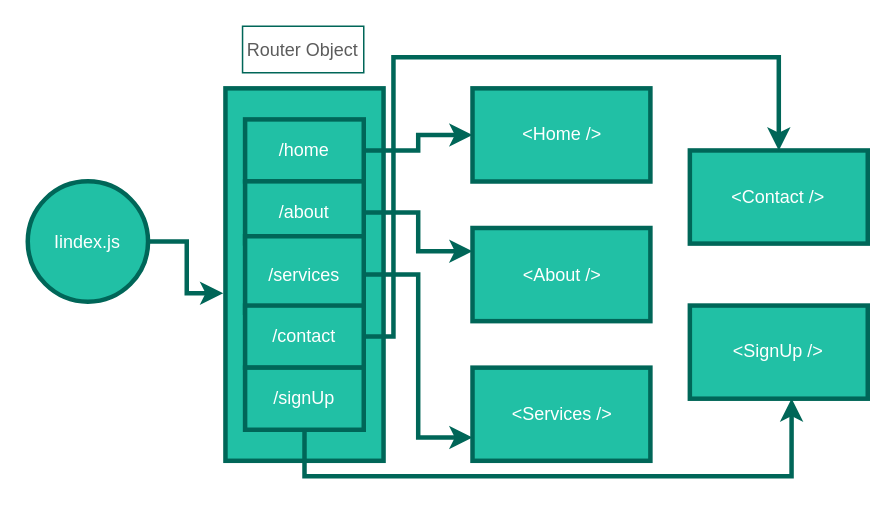
arsibux/react-app keeps this draw.io diagram as draw_io/router.drawio. Above is the earlier version. Source tidied: cells renumbered, new cells numbered last; positions are measured from the earlier drawing's top-left corner, leaving out a move shared by most shapes. Both pictures are drawn from the tidied source at 150%, with x=0, y=0 at pixel (27, 26).
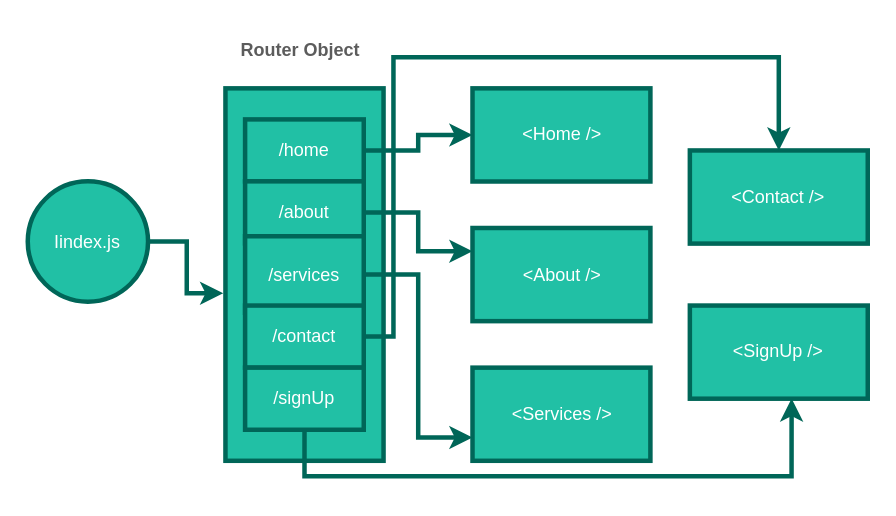
After the change.

Commit message (it also covers changes not shown here):
redux diagram

Unchanged cells that the change refers to:
```xml
<mxCell id="2" style="group;strokeWidth=0;strokeColor=none;fontColor=#5C5C5C;" parent="1" vertex="1">
  <mxGeometry width="560" height="300" as="geometry" />
</mxCell>
```

Diff of the diagram source:
```diff
@@
-    <mxCell id="11" value="Router Object" style="text;html=1;strokeColor=#006658;fillColor=none;align=center;verticalAlign=middle;whiteSpace=wrap;rounded=0;strokeWidth=1;fontColor=#5C5C5C;" parent="2" vertex="1">
-      <mxGeometry x="143.2" width="80.8" height="31" as="geometry" />
+    <mxCell id="11" value="Router Object" style="text;html=1;strokeColor=none;fillColor=none;align=center;verticalAlign=middle;whiteSpace=wrap;rounded=0;strokeWidth=1;fontColor=#5C5C5C;fontStyle=1;" parent="2" vertex="1">
+      <mxGeometry x="140" width="84" height="31" as="geometry" />
     </mxCell>
```
